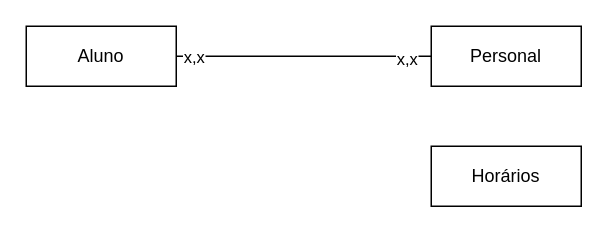
Before: page "Resumido" (2 of 2) of Academia-completo.drawio in kirigaya7447/Academia-Cadastros, a draw.io diagram. Source tidied: cells renumbered, new cells numbered last; positions are measured from the earlier drawing's top-left corner, leaving out a move shared by most shapes. Both pictures are drawn from the tidied source at 150%, with x=0, y=0 at pixel (26, 26).
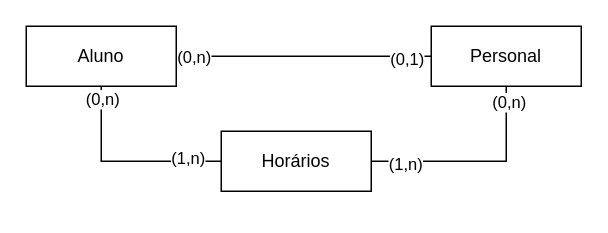
The same page after the edit.

Change to the diagram source:
```diff
@@
 <mxGraphModel>
   <root>
     <mxCell id="0" />
     <mxCell id="1" parent="0" />
     <mxCell id="2" style="edgeStyle=orthogonalEdgeStyle;rounded=0;jettySize=auto;html=1;exitX=1;exitY=0.5;exitDx=0;exitDy=0;entryX=0;entryY=0.5;entryDx=0;entryDy=0;defaultLabelBackgroundColor=gap;endArrow=none;endFill=0;" parent="1" edge="1" source="5" target="6">
       <mxGeometry relative="1" as="geometry" />
     </mxCell>
-    <mxCell id="3" value="x,x" style="edgeLabel;html=1;align=center;verticalAlign=middle;defaultLabelBackgroundColor=gap;" parent="2" vertex="1">
+    <mxCell id="3" value="(0,n)" style="edgeLabel;html=1;align=center;verticalAlign=middle;defaultLabelBackgroundColor=gap;" parent="2" vertex="1">
       <mxGeometry x="-0.87" relative="1" as="geometry" />
     </mxCell>
-    <mxCell id="4" value="x,x" style="edgeLabel;html=1;align=center;verticalAlign=middle;defaultLabelBackgroundColor=gap;" parent="2" vertex="1">
+    <mxCell id="4" value="(0,1&lt;span style=&quot;background-color: transparent; color: light-dark(#000000, var(--ge-light-color, #ffffff));&quot;&gt;)&lt;/span&gt;" style="edgeLabel;html=1;align=center;verticalAlign=middle;defaultLabelBackgroundColor=gap;" parent="2" vertex="1">
       <mxGeometry x="0.8" y="-1" relative="1" as="geometry" />
     </mxCell>
+    <mxCell id="8" style="edgeStyle=orthogonalEdgeStyle;rounded=0;jettySize=auto;html=1;exitX=0.5;exitY=1;exitDx=0;exitDy=0;entryX=0;entryY=0.5;entryDx=0;entryDy=0;defaultLabelBackgroundColor=page;labelPadding=0 4;endArrow=none;endFill=0;" parent="1" edge="1" source="5" target="7">
+      <mxGeometry relative="1" as="geometry" />
+    </mxCell>
+    <mxCell id="9" value="(0,n)" style="edgeLabel;html=1;align=center;verticalAlign=middle;inheritText=1;defaultLabelBackgroundColor=page;labelPadding=0 4;" parent="8" vertex="1">
+      <mxGeometry x="-0.87" relative="1" as="geometry" />
+    </mxCell>
+    <mxCell id="10" value="(1,n)" style="edgeLabel;html=1;align=center;verticalAlign=middle;inheritText=1;defaultLabelBackgroundColor=page;labelPadding=0 4;" parent="8" vertex="1">
+      <mxGeometry x="0.65" y="3" relative="1" as="geometry" />
+    </mxCell>
     <mxCell id="5" value="Aluno" style="whiteSpace=wrap;html=1;align=center;" parent="1" vertex="1">
       <mxGeometry width="100" height="40" as="geometry" />
     </mxCell>
+    <mxCell id="11" style="edgeStyle=orthogonalEdgeStyle;rounded=0;jettySize=auto;html=1;exitX=0.5;exitY=1;exitDx=0;exitDy=0;entryX=1;entryY=0.5;entryDx=0;entryDy=0;defaultLabelBackgroundColor=page;labelPadding=0 4;endArrow=none;endFill=0;" parent="1" edge="1" source="6" target="7">
+      <mxGeometry relative="1" as="geometry" />
+    </mxCell>
+    <mxCell id="12" value="(0,n)" style="edgeLabel;html=1;align=center;verticalAlign=middle;inheritText=1;defaultLabelBackgroundColor=page;labelPadding=0 4;" parent="11" vertex="1">
+      <mxGeometry x="-0.86" y="1" relative="1" as="geometry" />
+    </mxCell>
+    <mxCell id="13" value="(1,n)" style="edgeLabel;html=1;align=center;verticalAlign=middle;inheritText=1;defaultLabelBackgroundColor=page;labelPadding=0 4;" parent="11" vertex="1">
+      <mxGeometry x="0.69" y="1" relative="1" as="geometry" />
+    </mxCell>
     <mxCell id="6" value="Personal" style="whiteSpace=wrap;html=1;align=center;" parent="1" vertex="1">
       <mxGeometry x="270" width="100" height="40" as="geometry" />
     </mxCell>
     <mxCell id="7" value="Horários" style="whiteSpace=wrap;html=1;align=center;" parent="1" vertex="1">
-      <mxGeometry x="270" y="80" width="100" height="40" as="geometry" />
+      <mxGeometry x="130" y="70" width="100" height="40" as="geometry" />
     </mxCell>
   </root>
 </mxGraphModel>
```
